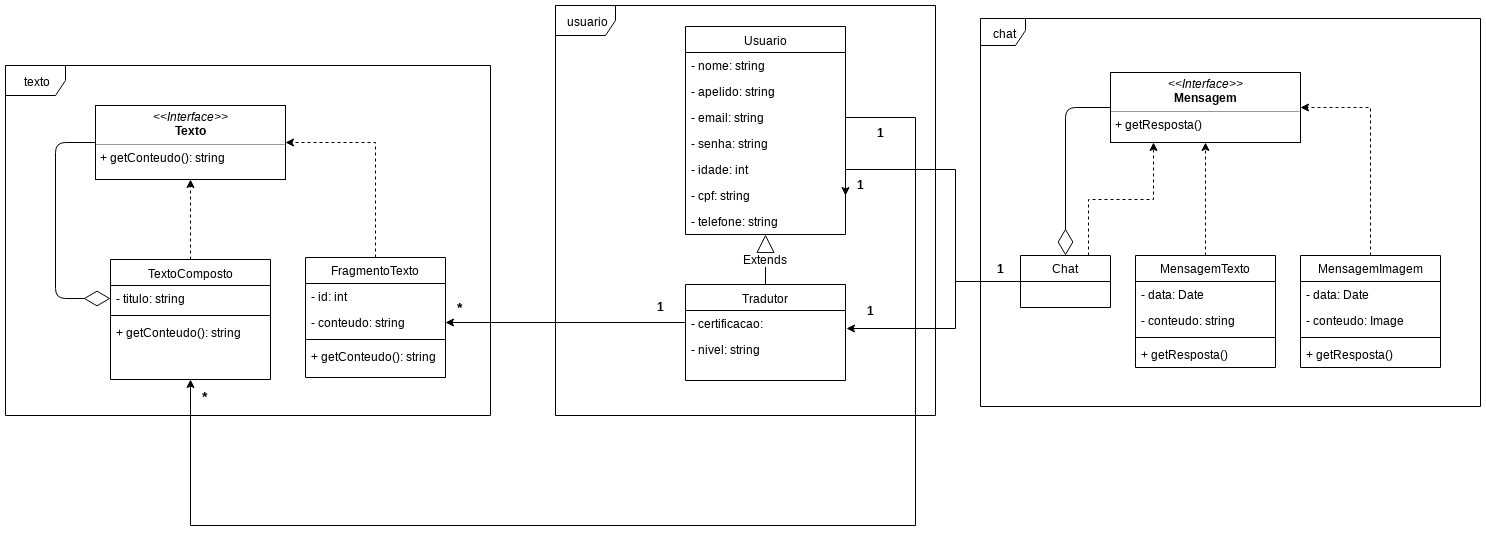
Above: docs/assets/images/diagrama_classes.png in translate-me/docs (draw.io), before the change. Source tidied: cells renumbered, new cells last; positions are measured from the earlier drawing's top-left corner, leaving out a move shared by most shapes. Source of this version:
```xml
<mxGraphModel background="#ffffff">
  <root>
    <mxCell id="0" />
    <mxCell id="1" parent="0" />
    <mxCell id="2" value="chat" style="shape=umlFrame;whiteSpace=wrap;html=1;fontFamily=Helvetica;fontSize=12;width=45;height=27;" parent="1" vertex="1">
      <mxGeometry x="975" y="13" width="500" height="388" as="geometry" />
    </mxCell>
    <mxCell id="3" value="texto" style="shape=umlFrame;whiteSpace=wrap;html=1;fontFamily=Helvetica;fontSize=12;" parent="1" vertex="1">
      <mxGeometry y="60" width="485" height="350" as="geometry" />
    </mxCell>
    <mxCell id="4" value="usuario" style="shape=umlFrame;whiteSpace=wrap;html=1;fontFamily=Helvetica;fontSize=12;" parent="1" vertex="1">
      <mxGeometry x="550" width="380" height="410" as="geometry" />
    </mxCell>
    <mxCell id="5" value="&lt;span style=&quot;font-size: 12px&quot;&gt;Usuario&lt;/span&gt;" style="swimlane;html=1;fontStyle=0;horizontal=1;startSize=26;fillColor=none;swimlaneFillColor=#ffffff;rounded=0;shadow=0;comic=0;labelBackgroundColor=none;strokeColor=#000000;strokeWidth=1;fontFamily=Helvetica;fontSize=12;fontColor=#000000;align=center;" parent="1" vertex="1">
      <mxGeometry x="680" y="21" width="160" height="208" as="geometry" />
    </mxCell>
    <mxCell id="6" value="- nome: string&lt;br style=&quot;font-size: 12px;&quot;&gt;" style="text;html=1;strokeColor=none;fillColor=none;align=left;verticalAlign=top;spacingLeft=4;spacingRight=4;whiteSpace=wrap;overflow=hidden;fontFamily=Helvetica;fontSize=12;" parent="5" vertex="1">
      <mxGeometry y="26" width="160" height="26" as="geometry" />
    </mxCell>
    <mxCell id="7" value="- apelido: string" style="text;strokeColor=none;fillColor=none;align=left;verticalAlign=top;spacingLeft=4;spacingRight=4;overflow=hidden;" parent="5" vertex="1">
      <mxGeometry y="52" width="160" height="26" as="geometry" />
    </mxCell>
    <mxCell id="8" value="- email: string" style="text;html=1;strokeColor=none;fillColor=none;align=left;verticalAlign=top;spacingLeft=4;spacingRight=4;whiteSpace=wrap;overflow=hidden;fontFamily=Helvetica;fontSize=12;" parent="5" vertex="1">
      <mxGeometry y="78" width="160" height="26" as="geometry" />
    </mxCell>
    <mxCell id="9" value="- senha: string" style="text;html=1;strokeColor=none;fillColor=none;align=left;verticalAlign=top;spacingLeft=4;spacingRight=4;whiteSpace=wrap;overflow=hidden;points=[[0,0.5],[1,0.5]];portConstraint=eastwest;fontFamily=Helvetica;fontSize=12;" parent="5" vertex="1">
      <mxGeometry y="104" width="160" height="26" as="geometry" />
    </mxCell>
    <mxCell id="10" value="- idade: int" style="text;strokeColor=none;fillColor=none;align=left;verticalAlign=top;spacingLeft=4;spacingRight=4;overflow=hidden;points=[[0,0.5],[1,0.5]];portConstraint=eastwest;fontFamily=Helvetica;fontSize=12;" parent="5" vertex="1">
      <mxGeometry y="130" width="160" height="26" as="geometry" />
    </mxCell>
    <mxCell id="11" value="- cpf: string" style="text;strokeColor=none;fillColor=none;align=left;verticalAlign=top;spacingLeft=4;spacingRight=4;overflow=hidden;points=[[0,0.5],[1,0.5]];portConstraint=eastwest;fontFamily=Helvetica;fontSize=12;" parent="5" vertex="1">
      <mxGeometry y="156" width="160" height="26" as="geometry" />
    </mxCell>
    <mxCell id="12" value="- telefone: string" style="text;strokeColor=none;fillColor=none;align=left;verticalAlign=top;spacingLeft=4;spacingRight=4;overflow=hidden;fontFamily=Helvetica;fontSize=12;" parent="5" vertex="1">
      <mxGeometry y="182" width="160" height="26" as="geometry" />
    </mxCell>
    <mxCell id="13" value="Tradutor" style="swimlane;html=1;fontStyle=0;horizontal=1;startSize=26;fillColor=none;swimlaneFillColor=#ffffff;rounded=0;shadow=0;comic=0;labelBackgroundColor=none;strokeColor=#000000;strokeWidth=1;fontFamily=Helvetica;fontSize=12;fontColor=#000000;align=center;" parent="1" vertex="1">
      <mxGeometry x="680" y="279" width="160" height="96" as="geometry" />
    </mxCell>
    <mxCell id="14" value="- certificacao:" style="text;html=1;strokeColor=none;fillColor=none;align=left;verticalAlign=top;spacingLeft=4;spacingRight=4;whiteSpace=wrap;overflow=hidden;points=[[0,0.5],[1,0.5]];portConstraint=eastwest;fontFamily=Helvetica;fontSize=12;" parent="13" vertex="1">
      <mxGeometry y="26" width="160" height="26" as="geometry" />
    </mxCell>
    <mxCell id="15" value="&lt;span style=&quot;font-size: 12px;&quot;&gt;- nivel: string&lt;/span&gt;" style="text;html=1;strokeColor=none;fillColor=none;align=left;verticalAlign=top;spacingLeft=4;spacingRight=4;whiteSpace=wrap;overflow=hidden;fontFamily=Helvetica;fontSize=12;" parent="13" vertex="1">
      <mxGeometry y="52" width="160" height="26" as="geometry" />
    </mxCell>
    <mxCell id="16" style="edgeStyle=orthogonalEdgeStyle;rounded=0;jettySize=auto;html=1;exitX=0.5;exitY=0;exitDx=0;exitDy=0;entryX=0.5;entryY=1;entryDx=0;entryDy=0;fontFamily=Helvetica;fontSize=12;dashed=1;" parent="1" edge="1" source="17" target="27">
      <mxGeometry relative="1" as="geometry" />
    </mxCell>
    <mxCell id="17" value="&lt;font style=&quot;font-size: 12px&quot;&gt;TextoComposto&lt;/font&gt;" style="swimlane;html=1;fontStyle=0;horizontal=1;startSize=26;fillColor=none;swimlaneFillColor=#ffffff;rounded=0;shadow=0;comic=0;labelBackgroundColor=none;strokeColor=#000000;strokeWidth=1;fontFamily=Helvetica;fontSize=12;fontColor=#000000;align=center;" parent="1" vertex="1">
      <mxGeometry x="105" y="254" width="160" height="120" as="geometry" />
    </mxCell>
    <mxCell id="18" value="- titulo: string&lt;br style=&quot;font-size: 12px;&quot;&gt;" style="text;html=1;strokeColor=none;fillColor=none;align=left;verticalAlign=top;spacingLeft=4;spacingRight=4;whiteSpace=wrap;overflow=hidden;points=[[0,0.5],[1,0.5]];portConstraint=eastwest;fontFamily=Helvetica;fontSize=12;" parent="17" vertex="1">
      <mxGeometry y="26" width="160" height="26" as="geometry" />
    </mxCell>
    <mxCell id="19" style="line;strokeWidth=1;fillColor=none;align=left;verticalAlign=middle;spacingTop=-1;spacingLeft=3;spacingRight=3;labelPosition=right;fontFamily=Helvetica;fontSize=12;" parent="17" vertex="1">
      <mxGeometry y="52" width="160" height="8" as="geometry" />
    </mxCell>
    <mxCell id="20" value="+ getConteudo(): string" style="text;strokeColor=none;fillColor=none;align=left;verticalAlign=top;spacingLeft=4;spacingRight=4;overflow=hidden;fontFamily=Helvetica;fontSize=12;" parent="17" vertex="1">
      <mxGeometry y="60" width="160" height="26" as="geometry" />
    </mxCell>
    <mxCell id="21" style="edgeStyle=orthogonalEdgeStyle;rounded=0;jettySize=auto;html=1;exitX=0.5;exitY=0;exitDx=0;exitDy=0;entryX=1;entryY=0.5;entryDx=0;entryDy=0;dashed=1;fontFamily=Helvetica;fontSize=12;" parent="1" edge="1" source="22" target="27">
      <mxGeometry relative="1" as="geometry" />
    </mxCell>
    <mxCell id="22" value="FragmentoTexto" style="swimlane;fontStyle=0;horizontal=1;startSize=26;fillColor=none;fontFamily=Helvetica;fontSize=12;" parent="1" vertex="1">
      <mxGeometry x="300" y="252" width="140" height="120" as="geometry" />
    </mxCell>
    <mxCell id="23" value="- id: int" style="text;strokeColor=none;fillColor=none;align=left;verticalAlign=top;spacingLeft=4;spacingRight=4;overflow=hidden;fontFamily=Helvetica;fontSize=12;" parent="22" vertex="1">
      <mxGeometry y="26" width="140" height="26" as="geometry" />
    </mxCell>
    <mxCell id="24" value="- conteudo: string" style="text;strokeColor=none;fillColor=none;align=left;verticalAlign=top;spacingLeft=4;spacingRight=4;overflow=hidden;points=[[0,0.5],[1,0.5]];portConstraint=eastwest;fontFamily=Helvetica;fontSize=12;" parent="22" vertex="1">
      <mxGeometry y="52" width="140" height="26" as="geometry" />
    </mxCell>
    <mxCell id="25" style="line;strokeWidth=1;fillColor=none;align=left;verticalAlign=middle;spacingTop=-1;spacingLeft=3;spacingRight=3;labelPosition=right;fontFamily=Helvetica;fontSize=12;" parent="22" vertex="1">
      <mxGeometry y="78" width="140" height="8" as="geometry" />
    </mxCell>
    <mxCell id="26" value="+ getConteudo(): string" style="text;strokeColor=none;fillColor=none;align=left;verticalAlign=top;spacingLeft=4;spacingRight=4;overflow=hidden;fontFamily=Helvetica;fontSize=12;" parent="22" vertex="1">
      <mxGeometry y="86" width="140" height="34" as="geometry" />
    </mxCell>
    <mxCell id="27" value="&lt;p style=&quot;margin: 0px ; margin-top: 4px ; text-align: center&quot;&gt;&lt;i&gt;&amp;lt;&amp;lt;Interface&amp;gt;&amp;gt;&lt;/i&gt;&lt;br&gt;&lt;b&gt;Texto&lt;/b&gt;&lt;/p&gt;&lt;hr size=&quot;1&quot;&gt;&lt;p style=&quot;margin: 0px ; margin-left: 4px&quot;&gt;&lt;span&gt;+ getConteudo(): string&lt;/span&gt;&lt;/p&gt;" style="verticalAlign=top;align=left;overflow=fill;fontSize=12;fontFamily=Helvetica;html=1;" parent="1" vertex="1">
      <mxGeometry x="90" y="100" width="190" height="74" as="geometry" />
    </mxCell>
    <mxCell id="28" style="endArrow=diamondThin;endFill=0;endSize=24;html=1;fontFamily=Helvetica;fontSize=12;exitX=0;exitY=0.5;exitDx=0;exitDy=0;edgeStyle=orthogonalEdgeStyle;entryX=0;entryY=0.5;entryDx=0;entryDy=0;" parent="1" edge="1" source="27" target="18">
      <mxGeometry relative="1" as="geometry">
        <Array as="points">
          <mxPoint x="50" y="137" />
          <mxPoint x="50" y="293" />
        </Array>
      </mxGeometry>
    </mxCell>
    <mxCell id="29" value="Extends" style="endArrow=block;endSize=16;endFill=0;html=1;fontFamily=Helvetica;fontSize=12;exitX=0.5;exitY=0;exitDx=0;exitDy=0;entryX=0.5;entryY=1;entryDx=0;entryDy=0;" parent="1" edge="1" source="13" target="5">
      <mxGeometry relative="1" as="geometry" />
    </mxCell>
    <mxCell id="30" style="edgeStyle=orthogonalEdgeStyle;rounded=0;jettySize=auto;html=1;entryX=1;entryY=0.5;entryDx=0;entryDy=0;startArrow=none;startFill=0;endArrow=classic;endFill=1;fontFamily=Helvetica;fontSize=12;" parent="1" edge="1" target="24">
      <mxGeometry relative="1" as="geometry">
        <mxPoint x="680" y="317" as="sourcePoint" />
      </mxGeometry>
    </mxCell>
    <mxCell id="31" value="&lt;b&gt;1&lt;/b&gt;" style="text;html=1;align=left;verticalAlign=top;spacingTop=-4;fontSize=12;fontFamily=Helvetica;" parent="1" vertex="1">
      <mxGeometry x="650" y="292" width="20" height="20" as="geometry" />
    </mxCell>
    <mxCell id="32" value="&lt;b&gt;&lt;font style=&quot;font-size: 14px&quot;&gt;*&lt;/font&gt;&lt;/b&gt;" style="text;html=1;align=left;verticalAlign=top;spacingTop=-4;fontSize=12;fontFamily=Helvetica;" parent="1" vertex="1">
      <mxGeometry x="450" y="292" width="20" height="20" as="geometry" />
    </mxCell>
    <mxCell id="33" style="edgeStyle=orthogonalEdgeStyle;rounded=0;jettySize=auto;html=1;exitX=1;exitY=0.5;exitDx=0;exitDy=0;startArrow=none;startFill=0;endArrow=classic;endFill=1;fontFamily=Helvetica;fontSize=12;entryX=0.5;entryY=1;entryDx=0;entryDy=0;" parent="1" edge="1" source="9" target="17">
      <mxGeometry relative="1" as="geometry">
        <Array as="points">
          <mxPoint x="910" y="112" />
          <mxPoint x="910" y="520" />
          <mxPoint x="185" y="520" />
        </Array>
      </mxGeometry>
    </mxCell>
    <mxCell id="34" value="&lt;b&gt;1&lt;/b&gt;" style="text;html=1;align=left;verticalAlign=top;spacingTop=-4;fontSize=12;fontFamily=Helvetica;" parent="1" vertex="1">
      <mxGeometry x="870" y="118" width="20" height="20" as="geometry" />
    </mxCell>
    <mxCell id="35" style="edgeStyle=orthogonalEdgeStyle;rounded=0;jettySize=auto;html=1;exitX=0;exitY=0.5;exitDx=0;exitDy=0;entryX=1.008;entryY=0.682;entryDx=0;entryDy=0;startArrow=none;startFill=0;endArrow=classic;endFill=1;fontFamily=Helvetica;fontSize=12;entryPerimeter=0;" parent="1" edge="1" source="38" target="14">
      <mxGeometry relative="1" as="geometry">
        <Array as="points">
          <mxPoint x="950" y="276" />
          <mxPoint x="950" y="323" />
        </Array>
      </mxGeometry>
    </mxCell>
    <mxCell id="36" style="edgeStyle=orthogonalEdgeStyle;rounded=0;jettySize=auto;html=1;exitX=0;exitY=0.5;exitDx=0;exitDy=0;entryX=1;entryY=0.5;entryDx=0;entryDy=0;startArrow=none;startFill=0;endArrow=classic;endFill=1;fontFamily=Helvetica;fontSize=12;" parent="1" edge="1" source="38" target="11">
      <mxGeometry relative="1" as="geometry">
        <Array as="points">
          <mxPoint x="950" y="276" />
          <mxPoint x="950" y="164" />
        </Array>
      </mxGeometry>
    </mxCell>
    <mxCell id="37" style="edgeStyle=orthogonalEdgeStyle;rounded=0;jettySize=auto;html=1;exitX=0.75;exitY=0;exitDx=0;exitDy=0;entryX=0.224;entryY=0.995;entryDx=0;entryDy=0;entryPerimeter=0;startArrow=none;startFill=0;endArrow=classic;endFill=1;fontFamily=Helvetica;fontSize=12;dashed=1;" parent="1" edge="1" source="38" target="45">
      <mxGeometry relative="1" as="geometry" />
    </mxCell>
    <mxCell id="38" value="Chat" style="swimlane;fontStyle=0;horizontal=1;startSize=26;fillColor=none;fontFamily=Helvetica;fontSize=12;" parent="1" vertex="1">
      <mxGeometry x="1015" y="250" width="90" height="52" as="geometry" />
    </mxCell>
    <mxCell id="39" style="edgeStyle=orthogonalEdgeStyle;rounded=0;jettySize=auto;html=1;exitX=0.5;exitY=0;exitDx=0;exitDy=0;entryX=0.5;entryY=1;entryDx=0;entryDy=0;startArrow=none;startFill=0;endArrow=classic;endFill=1;fontFamily=Helvetica;fontSize=12;dashed=1;" parent="1" edge="1" source="40" target="45">
      <mxGeometry relative="1" as="geometry" />
    </mxCell>
    <mxCell id="40" value="MensagemTexto" style="swimlane;fontStyle=0;horizontal=1;startSize=26;fillColor=none;fontFamily=Helvetica;fontSize=12;" parent="1" vertex="1">
      <mxGeometry x="1130" y="250" width="140" height="112" as="geometry" />
    </mxCell>
    <mxCell id="41" value="- data: Date" style="text;strokeColor=none;fillColor=none;align=left;verticalAlign=top;spacingLeft=4;spacingRight=4;overflow=hidden;" parent="40" vertex="1">
      <mxGeometry y="26" width="140" height="26" as="geometry" />
    </mxCell>
    <mxCell id="42" value="- conteudo: string" style="text;strokeColor=none;fillColor=none;align=left;verticalAlign=top;spacingLeft=4;spacingRight=4;overflow=hidden;" parent="40" vertex="1">
      <mxGeometry y="52" width="140" height="26" as="geometry" />
    </mxCell>
    <mxCell id="43" style="line;strokeWidth=1;fillColor=none;align=left;verticalAlign=middle;spacingTop=-1;spacingLeft=3;spacingRight=3;labelPosition=right;fontFamily=Helvetica;fontSize=12;" parent="40" vertex="1">
      <mxGeometry y="78" width="140" height="8" as="geometry" />
    </mxCell>
    <mxCell id="44" value="+ getResposta()" style="text;strokeColor=none;fillColor=none;align=left;verticalAlign=top;spacingLeft=4;spacingRight=4;overflow=hidden;fontFamily=Helvetica;fontSize=12;" parent="40" vertex="1">
      <mxGeometry y="86" width="140" height="26" as="geometry" />
    </mxCell>
    <mxCell id="45" value="&lt;p style=&quot;margin: 0px ; margin-top: 4px ; text-align: center&quot;&gt;&lt;i&gt;&amp;lt;&amp;lt;Interface&amp;gt;&amp;gt;&lt;/i&gt;&lt;br&gt;&lt;b&gt;Mensagem&lt;/b&gt;&lt;/p&gt;&lt;hr size=&quot;1&quot;&gt;&lt;p style=&quot;margin: 0px ; margin-left: 4px&quot;&gt;+ getResposta()&lt;/p&gt;" style="verticalAlign=top;align=left;overflow=fill;fontSize=12;fontFamily=Helvetica;html=1;" parent="1" vertex="1">
      <mxGeometry x="1105" y="67" width="190" height="70" as="geometry" />
    </mxCell>
    <mxCell id="46" style="edgeStyle=orthogonalEdgeStyle;rounded=0;jettySize=auto;html=1;exitX=0.5;exitY=0;exitDx=0;exitDy=0;entryX=1;entryY=0.5;entryDx=0;entryDy=0;dashed=1;startArrow=none;startFill=0;endArrow=classic;endFill=1;fontFamily=Helvetica;fontSize=12;" parent="1" edge="1" source="47" target="45">
      <mxGeometry relative="1" as="geometry" />
    </mxCell>
    <mxCell id="47" value="MensagemImagem" style="swimlane;fontStyle=0;horizontal=1;startSize=26;fillColor=none;fontFamily=Helvetica;fontSize=12;" parent="1" vertex="1">
      <mxGeometry x="1295" y="250" width="140" height="112" as="geometry" />
    </mxCell>
    <mxCell id="48" value="- data: Date" style="text;strokeColor=none;fillColor=none;align=left;verticalAlign=top;spacingLeft=4;spacingRight=4;overflow=hidden;" parent="47" vertex="1">
      <mxGeometry y="26" width="140" height="26" as="geometry" />
    </mxCell>
    <mxCell id="49" value="- conteudo: Image" style="text;strokeColor=none;fillColor=none;align=left;verticalAlign=top;spacingLeft=4;spacingRight=4;overflow=hidden;" parent="47" vertex="1">
      <mxGeometry y="52" width="140" height="26" as="geometry" />
    </mxCell>
    <mxCell id="50" style="line;strokeWidth=1;fillColor=none;align=left;verticalAlign=middle;spacingTop=-1;spacingLeft=3;spacingRight=3;labelPosition=right;fontFamily=Helvetica;fontSize=12;" parent="47" vertex="1">
      <mxGeometry y="78" width="140" height="8" as="geometry" />
    </mxCell>
    <mxCell id="51" value="+ getResposta()" style="text;strokeColor=none;fillColor=none;align=left;verticalAlign=top;spacingLeft=4;spacingRight=4;overflow=hidden;" parent="47" vertex="1">
      <mxGeometry y="86" width="140" height="26" as="geometry" />
    </mxCell>
    <mxCell id="52" style="endArrow=diamondThin;endFill=0;endSize=24;html=1;fontFamily=Helvetica;fontSize=12;entryX=0.5;entryY=0;entryDx=0;entryDy=0;exitX=0;exitY=0.5;exitDx=0;exitDy=0;edgeStyle=orthogonalEdgeStyle;" parent="1" edge="1" source="45" target="38">
      <mxGeometry relative="1" as="geometry" />
    </mxCell>
    <mxCell id="53" value="&lt;b&gt;1&lt;/b&gt;" style="text;html=1;align=left;verticalAlign=top;spacingTop=-4;fontSize=12;fontFamily=Helvetica;" parent="1" vertex="1">
      <mxGeometry x="850" y="170" width="20" height="20" as="geometry" />
    </mxCell>
    <mxCell id="54" value="&lt;b&gt;1&lt;/b&gt;" style="text;html=1;align=left;verticalAlign=top;spacingTop=-4;fontSize=12;fontFamily=Helvetica;" parent="1" vertex="1">
      <mxGeometry x="990" y="254" width="20" height="20" as="geometry" />
    </mxCell>
    <mxCell id="55" value="&lt;b&gt;1&lt;/b&gt;" style="text;html=1;align=left;verticalAlign=top;spacingTop=-4;fontSize=12;fontFamily=Helvetica;" parent="1" vertex="1">
      <mxGeometry x="860" y="296" width="20" height="20" as="geometry" />
    </mxCell>
    <mxCell id="56" value="&lt;b&gt;&lt;font style=&quot;font-size: 14px&quot;&gt;*&lt;/font&gt;&lt;/b&gt;" style="text;html=1;align=left;verticalAlign=top;spacingTop=-4;fontSize=12;fontFamily=Helvetica;" parent="1" vertex="1">
      <mxGeometry x="195" y="381" width="20" height="20" as="geometry" />
    </mxCell>
  </root>
</mxGraphModel>
```
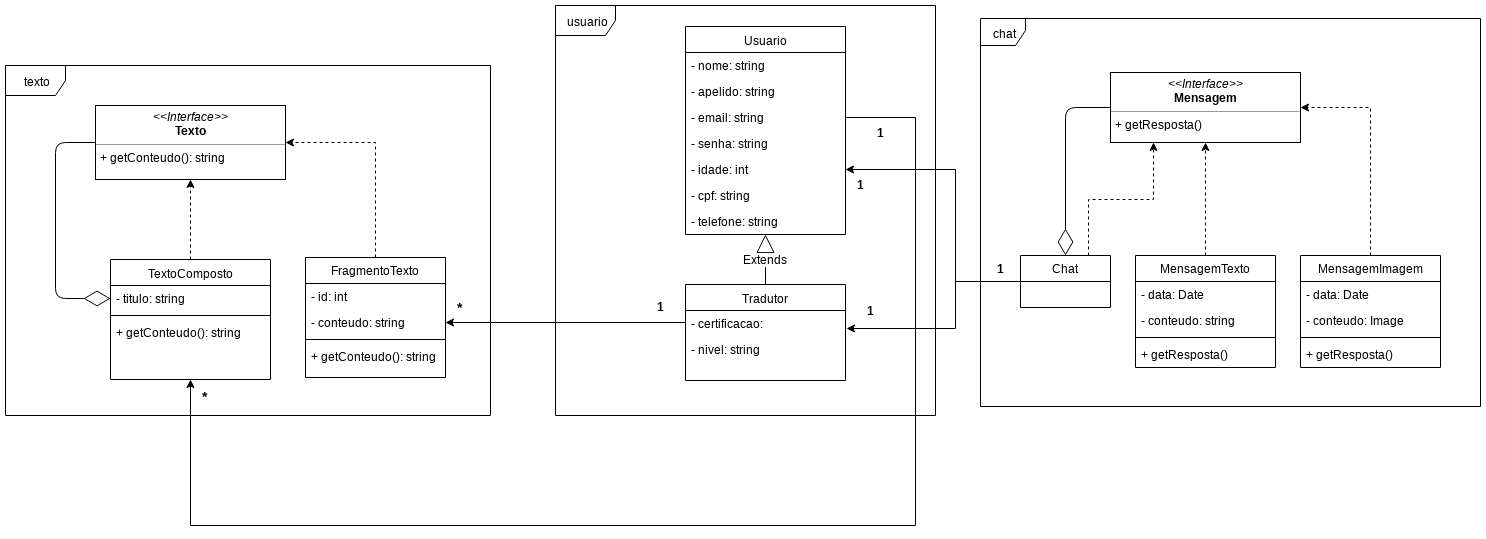
Above is the later version.

Commit message:
Corrected class diagram

Diff of the diagram source:
```diff
@@ -122,7 +122,7 @@
         </Array>
       </mxGeometry>
     </mxCell>
-    <mxCell id="36" style="edgeStyle=orthogonalEdgeStyle;rounded=0;jettySize=auto;html=1;exitX=0;exitY=0.5;exitDx=0;exitDy=0;entryX=1;entryY=0.5;entryDx=0;entryDy=0;startArrow=none;startFill=0;endArrow=classic;endFill=1;fontFamily=Helvetica;fontSize=12;" parent="1" edge="1" source="38" target="11">
+    <mxCell id="36" style="edgeStyle=orthogonalEdgeStyle;rounded=0;jettySize=auto;html=1;exitX=0;exitY=0.5;exitDx=0;exitDy=0;startArrow=none;startFill=0;endArrow=classic;endFill=1;fontFamily=Helvetica;fontSize=12;entryX=1;entryY=0.5;entryDx=0;entryDy=0;" parent="1" edge="1" source="38" target="10">
       <mxGeometry relative="1" as="geometry">
         <Array as="points">
           <mxPoint x="950" y="276" />
```
